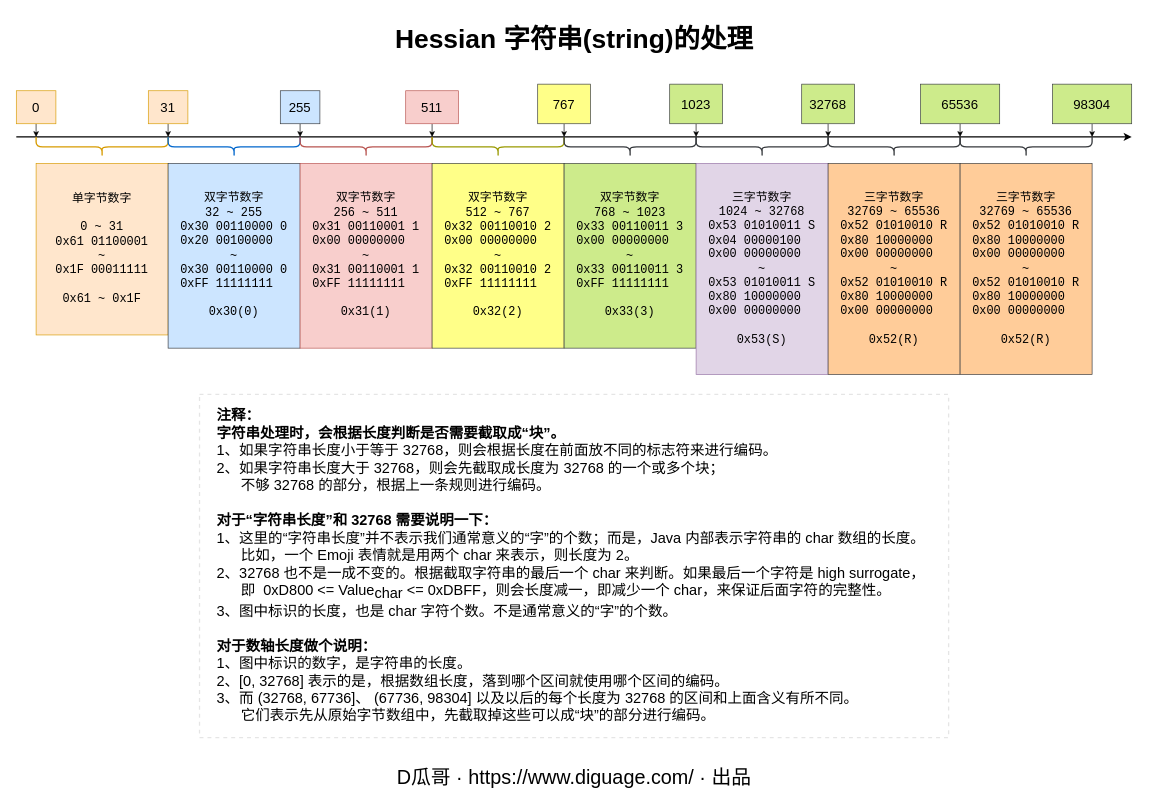
This is page "string" (3 of 5) of static/diagrams/hessian.drawio from diguage/www.diguage.com, a draw.io file, before an edit. Source tidied: cells renumbered, new cells numbered last; positions are measured from the earlier drawing's top-left corner, leaving out a move shared by most shapes. Both pictures are drawn from the tidied source at 66%, with x=0, y=0 at pixel (16, 11).
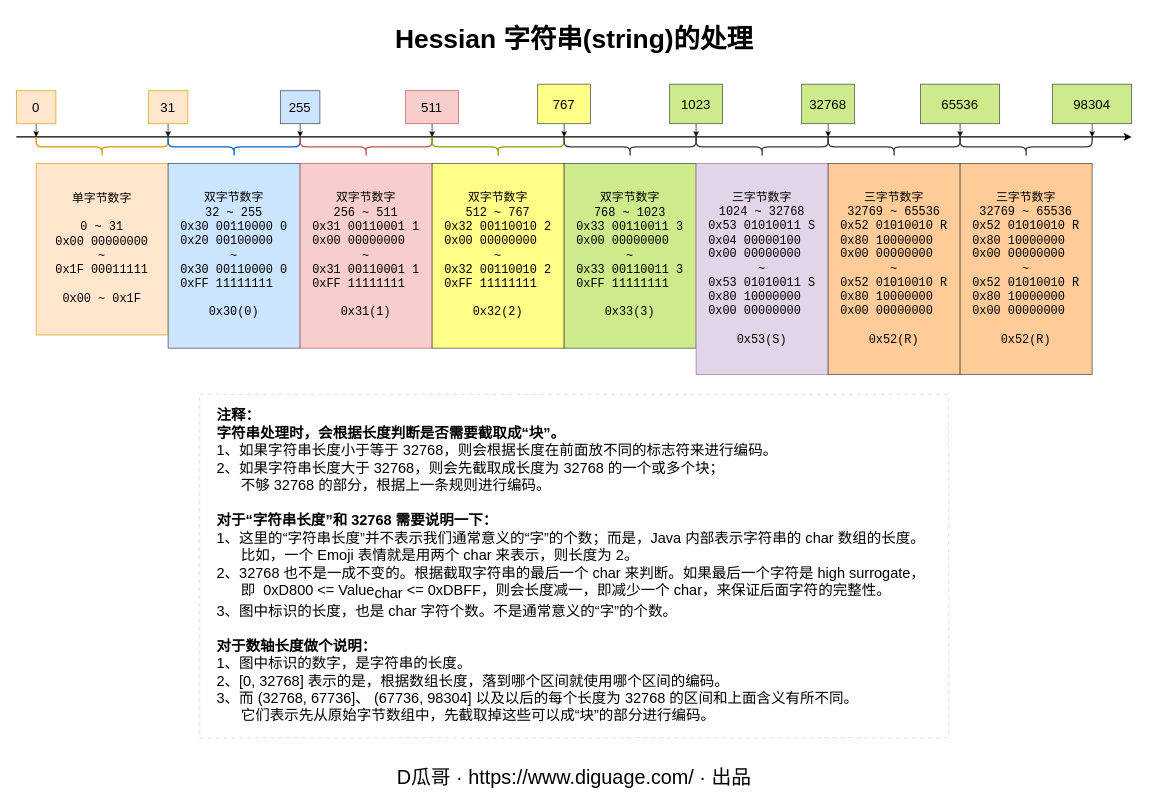
After the change.

Commit message (it also covers changes not shown here):
增加新图及修正图片错误

What changed in the source:
```diff
@@
-    <mxCell id="14" value="单字节数字&lt;br&gt;&lt;br style=&quot;font-size: 18px&quot;&gt;0 ~ 31&lt;br style=&quot;font-size: 18px&quot;&gt;0x61 01100001&lt;br style=&quot;font-size: 18px&quot;&gt;~&lt;br style=&quot;font-size: 18px&quot;&gt;0x1F 00011111&lt;br&gt;&lt;br&gt;0x61 ~ 0x1F" style="text;html=1;strokeColor=#d79b00;fillColor=#ffe6cc;align=center;verticalAlign=middle;whiteSpace=wrap;rounded=0;fontSize=18;fontFamily=Courier New;" parent="1" vertex="1">
+    <mxCell id="14" value="单字节数字&lt;br&gt;&lt;br style=&quot;font-size: 18px&quot;&gt;0 ~ 31&lt;br style=&quot;font-size: 18px&quot;&gt;0x00 00000000&lt;br style=&quot;font-size: 18px&quot;&gt;~&lt;br style=&quot;font-size: 18px&quot;&gt;0x1F 00011111&lt;br&gt;&lt;br&gt;0x00 ~ 0x1F" style="text;html=1;strokeColor=#d79b00;fillColor=#ffe6cc;align=center;verticalAlign=middle;whiteSpace=wrap;rounded=0;fontSize=18;fontFamily=Courier New;" parent="1" vertex="1">
       <mxGeometry x="30.2" y="230" width="200" height="260" as="geometry" />
     </mxCell>
```
